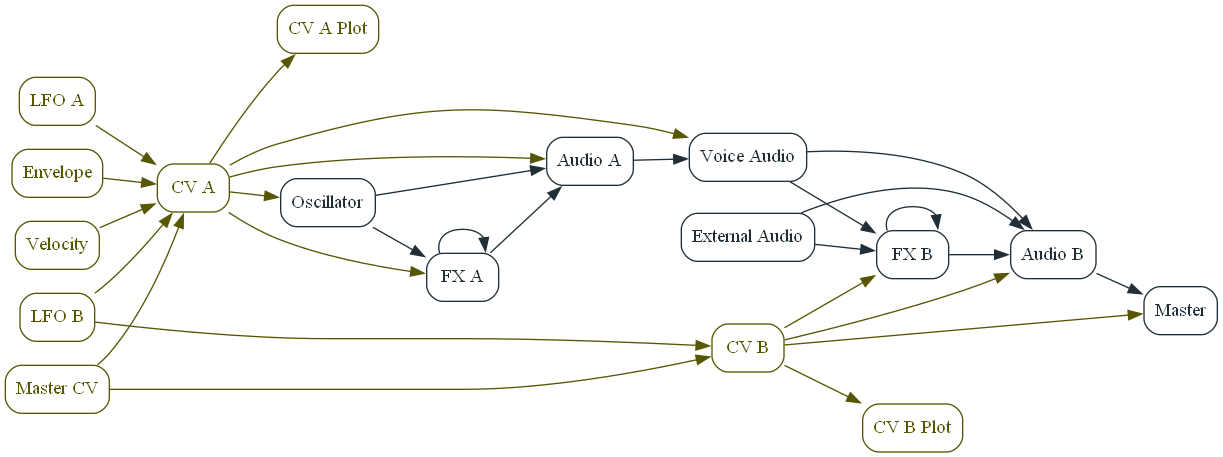
This is static/routing_overview.png from sjoerdvankreel/infernal-synth, a Graphviz export, as it was before one commit. Its source is kept beside it as static/routing_overview.dot. Its diagram source:
```dot
digraph Synth {
  rankdir="LR";

  comment="Nodes"
  "FX A", "FX B", "Voice Audio", "Master", "Audio A", "Audio B", "External Audio", "Oscillator" [shape="rect", style="rounded", color="#202e37", fontcolor="#202e37"]
  "CV A", "CV B", "LFO A", "LFO B", "Envelope", "Velocity", "CV A Plot", "CV B Plot", "Master CV" [shape="rect", style="rounded", color="#565603", fontcolor="#565603"]

  comment="Audio edges"
  "Audio A" -> "Voice Audio" [color="#202e37"]
  "Audio B" -> "Master" [color="#202e37"]
  {"Oscillator"; "FX A"} -> "FX A" [color="#202e37"]
  {"Oscillator"; "FX A"} -> "Audio A" [color="#202e37"]
  {"FX B"; "Voice Audio"; "External Audio"} -> "FX B" [color="#202e37"]
  {"FX B"; "Voice Audio"; "External Audio"} -> "Audio B" [color="#202e37"]

  comment="CV edges"
  {"LFO B", "Master CV"} -> "CV B" [color="#565603"]
  {"LFO A", "LFO B", "Velocity", "Envelope", "Master CV"} -> "CV A" [color="#565603"]
  "CV B" -> {"FX B", "Master", "Audio B", "CV B Plot"} [color="#565603"]
  "CV A" -> {"Oscillator", "FX A", "Audio A", "CV A Plot", "Voice Audio"} [color="#565603"]
}
```
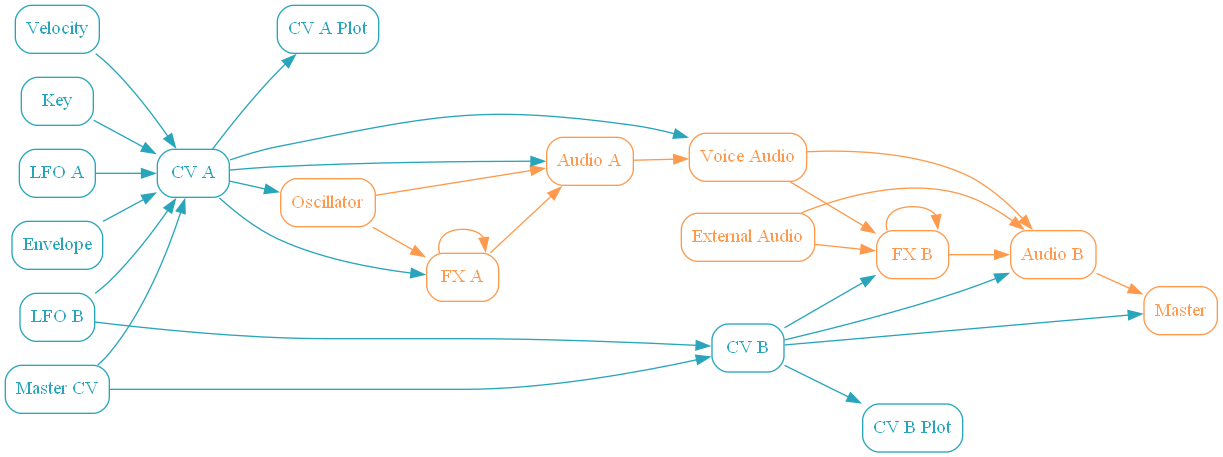
The same file after the commit.

Diff of the diagram source:
```diff
@@ -2,20 +2,20 @@
   rankdir="LR";
 
   comment="Nodes"
-  "FX A", "FX B", "Voice Audio", "Master", "Audio A", "Audio B", "External Audio", "Oscillator" [shape="rect", style="rounded", color="#202e37", fontcolor="#202e37"]
-  "CV A", "CV B", "LFO A", "LFO B", "Envelope", "Velocity", "CV A Plot", "CV B Plot", "Master CV" [shape="rect", style="rounded", color="#565603", fontcolor="#565603"]
+  "FX A", "FX B", "Voice Audio", "Master", "Audio A", "Audio B", "External Audio", "Oscillator" [shape="rect", style="rounded", color="#FD9A4D", fontcolor="#FD9A4D"]
+  "CV A", "CV B", "LFO A", "LFO B", "Envelope", "Velocity", "Key", "CV A Plot", "CV B Plot", "Master CV" [shape="rect", style="rounded", color="#29A5BB", fontcolor="#29A5BB"]
 
   comment="Audio edges"
-  "Audio A" -> "Voice Audio" [color="#202e37"]
-  "Audio B" -> "Master" [color="#202e37"]
-  {"Oscillator"; "FX A"} -> "FX A" [color="#202e37"]
-  {"Oscillator"; "FX A"} -> "Audio A" [color="#202e37"]
-  {"FX B"; "Voice Audio"; "External Audio"} -> "FX B" [color="#202e37"]
-  {"FX B"; "Voice Audio"; "External Audio"} -> "Audio B" [color="#202e37"]
+  "Audio A" -> "Voice Audio" [color="#FD9A4D"]
+  "Audio B" -> "Master" [color="#FD9A4D"]
+  {"Oscillator"; "FX A"} -> "FX A" [color="#FD9A4D"]
+  {"Oscillator"; "FX A"} -> "Audio A" [color="#FD9A4D"]
+  {"FX B"; "Voice Audio"; "External Audio"} -> "FX B" [color="#FD9A4D"]
+  {"FX B"; "Voice Audio"; "External Audio"} -> "Audio B" [color="#FD9A4D"]
 
   comment="CV edges"
-  {"LFO B", "Master CV"} -> "CV B" [color="#565603"]
-  {"LFO A", "LFO B", "Velocity", "Envelope", "Master CV"} -> "CV A" [color="#565603"]
-  "CV B" -> {"FX B", "Master", "Audio B", "CV B Plot"} [color="#565603"]
-  "CV A" -> {"Oscillator", "FX A", "Audio A", "CV A Plot", "Voice Audio"} [color="#565603"]
+  {"LFO B", "Master CV"} -> "CV B" [color="#29A5BB"]
+  {"LFO A", "LFO B", "Velocity", "Key", "Envelope", "Master CV"} -> "CV A" [color="#29A5BB"]
+  "CV B" -> {"FX B", "Master", "Audio B", "CV B Plot"} [color="#29A5BB"]
+  "CV A" -> {"Oscillator", "FX A", "Audio A", "CV A Plot", "Voice Audio"} [color="#29A5BB"]
 }
```
